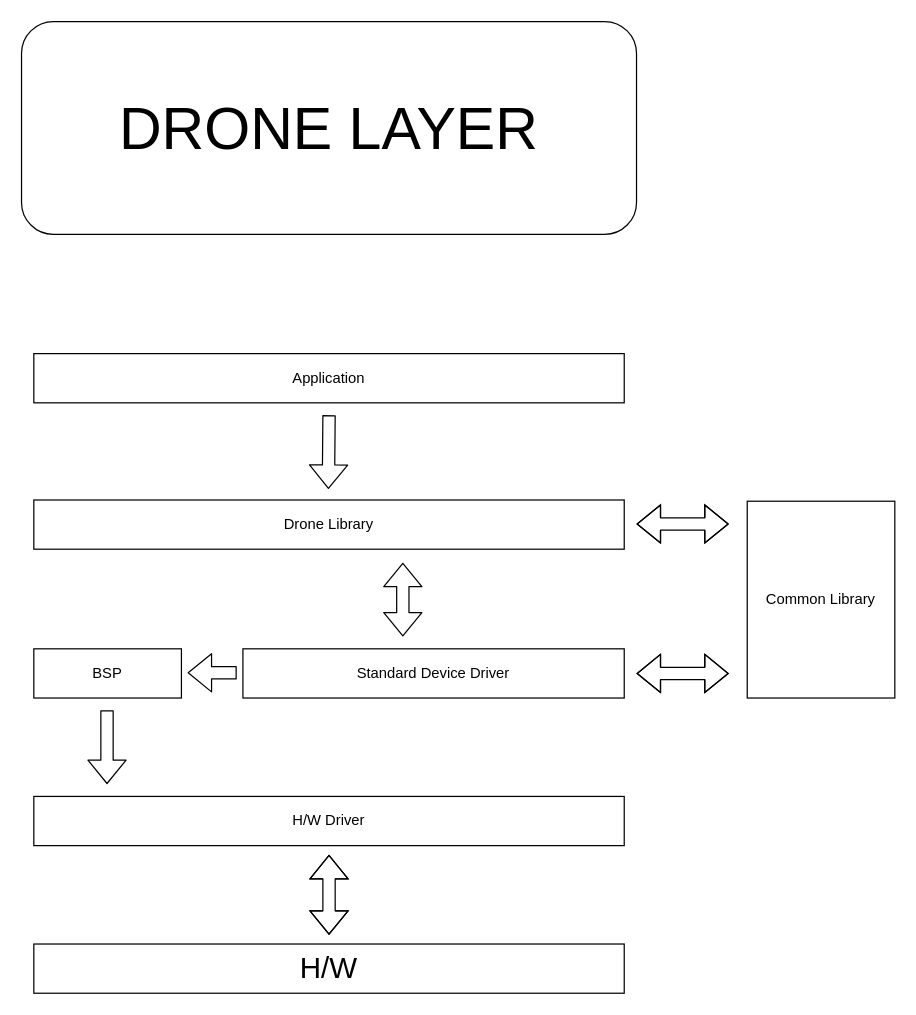
isaiahIM/drone keeps this draw.io diagram as Drone Layer.drawio. Above is the earlier version. Source tidied: cells renumbered, new cells numbered last; positions are measured from the earlier drawing's top-left corner, leaving out a move shared by most shapes. Both pictures are drawn from the tidied source at 123%, with x=0, y=0 at pixel (21, 21).
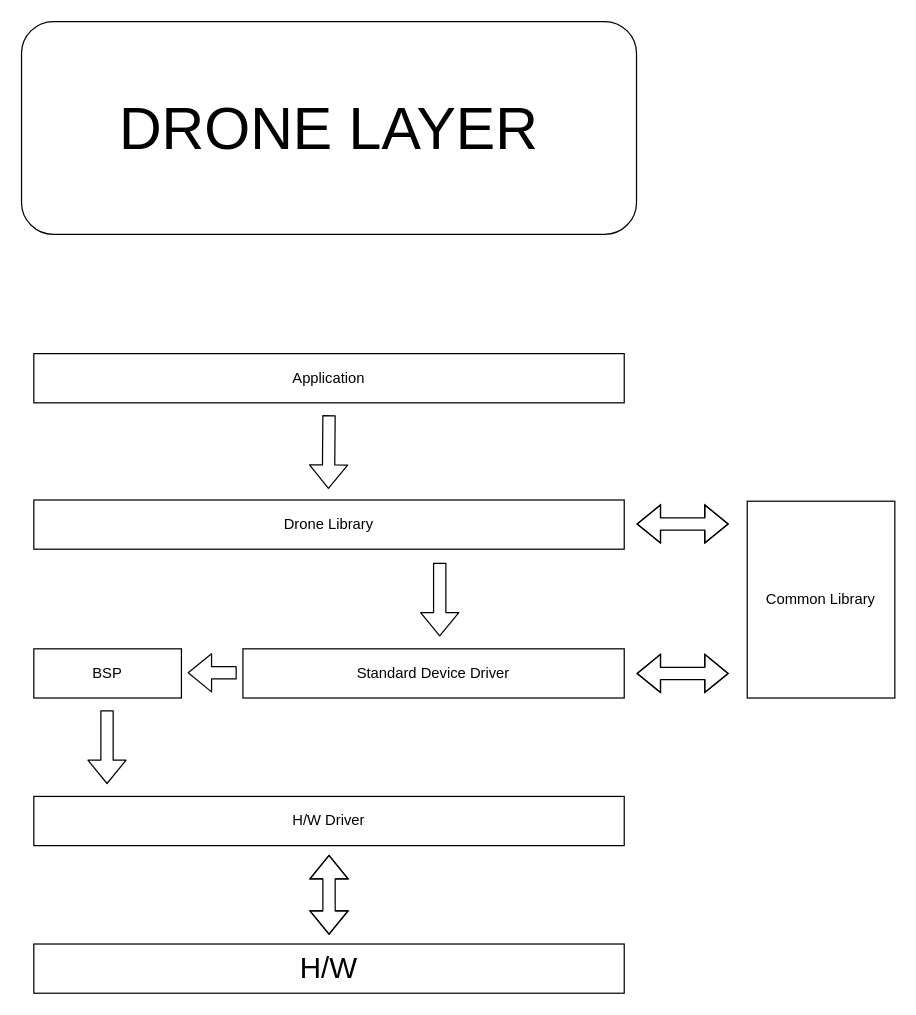
After the change.

Diff of the diagram source:
```diff
@@
-    <mxCell id="14" style="shape=flexArrow;endArrow=classic;startArrow=classic;html=1;" parent="1" edge="1">
-      <mxGeometry relative="1" as="geometry">
-        <mxPoint x="310" y="500" as="sourcePoint" />
-        <mxPoint x="310" y="440" as="targetPoint" />
-      </mxGeometry>
-    </mxCell>
@@
+    <mxCell id="17" style="shape=flexArrow;endArrow=classic;html=1;" parent="1" edge="1">
+      <mxGeometry relative="1" as="geometry">
+        <mxPoint x="340" y="440" as="sourcePoint" />
+        <mxPoint x="340" y="500" as="targetPoint" />
+      </mxGeometry>
+    </mxCell>
```
